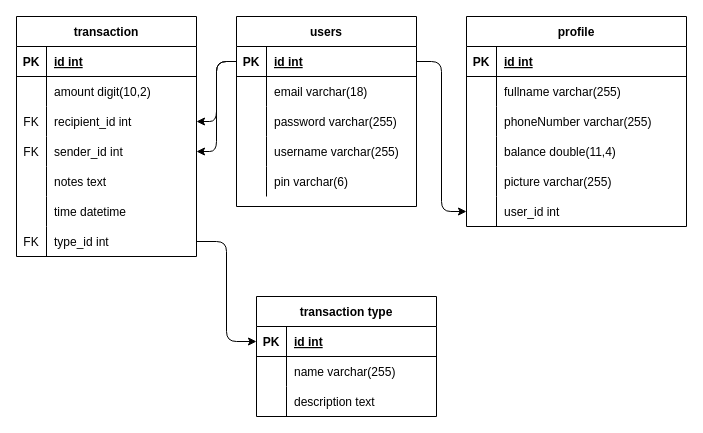
The draw.io diagram e-wallet-db.drawio in MhRidho/fw9-backend, before the edit. Source tidied: cells renumbered, new cells numbered last; positions are measured from the earlier drawing's top-left corner, leaving out a move shared by most shapes. Both pictures are drawn from the tidied source at 100%, with x=0, y=0 at pixel (16, 16).
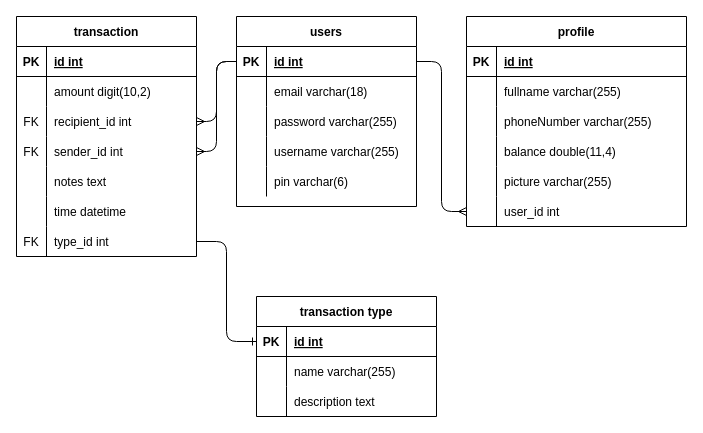
After the change.

The change refers to these unchanged cells:
```xml
<mxCell id="3" style="shape=partialRectangle;fillColor=none;top=0;left=0;bottom=1;right=0;points=[[0,0.5],[1,0.5]];portConstraint=eastwest;" parent="2" vertex="1">
  <mxGeometry y="30" width="180" height="30" as="geometry" />
</mxCell>
<mxCell id="34" style="shape=partialRectangle;fillColor=none;top=0;left=0;bottom=0;right=0;points=[[0,0.5],[1,0.5]];portConstraint=eastwest;" parent="18" vertex="1">
  <mxGeometry y="180" width="220" height="30" as="geometry" />
</mxCell>
<mxCell id="44" style="shape=partialRectangle;fillColor=none;top=0;left=0;bottom=0;right=0;points=[[0,0.5],[1,0.5]];portConstraint=eastwest;" parent="37" vertex="1">
  <mxGeometry y="90" width="180" height="30" as="geometry" />
</mxCell>
<mxCell id="47" style="shape=partialRectangle;fillColor=none;top=0;left=0;bottom=0;right=0;points=[[0,0.5],[1,0.5]];portConstraint=eastwest;" parent="37" vertex="1">
  <mxGeometry y="120" width="180" height="30" as="geometry" />
</mxCell>
<mxCell id="56" style="shape=partialRectangle;fillColor=none;top=0;left=0;bottom=0;right=0;points=[[0,0.5],[1,0.5]];portConstraint=eastwest;" parent="37" vertex="1">
  <mxGeometry y="210" width="180" height="30" as="geometry" />
</mxCell>
<mxCell id="61" style="shape=partialRectangle;fillColor=none;top=0;left=0;bottom=1;right=0;points=[[0,0.5],[1,0.5]];portConstraint=eastwest;" parent="60" vertex="1">
  <mxGeometry y="30" width="180" height="30" as="geometry" />
</mxCell>
```

Diff of the diagram source:
```diff
@@
-    <mxCell id="59" style="edgeStyle=orthogonalEdgeStyle;html=1;exitX=0;exitY=0.5;exitDx=0;exitDy=0;entryX=1;entryY=0.5;entryDx=0;entryDy=0;" parent="1" edge="1" source="3" target="47">
+    <mxCell id="59" style="edgeStyle=orthogonalEdgeStyle;html=1;exitX=0;exitY=0.5;exitDx=0;exitDy=0;entryX=1;entryY=0.5;entryDx=0;entryDy=0;endArrow=ERmany;endFill=0;" parent="1" edge="1" source="3" target="47">
       <mxGeometry relative="1" as="geometry" />
     </mxCell>
@@
-    <mxCell id="70" style="edgeStyle=orthogonalEdgeStyle;html=1;exitX=1;exitY=0.5;exitDx=0;exitDy=0;entryX=0;entryY=0.5;entryDx=0;entryDy=0;" parent="1" edge="1" source="3" target="34">
+    <mxCell id="70" style="edgeStyle=orthogonalEdgeStyle;html=1;exitX=1;exitY=0.5;exitDx=0;exitDy=0;entryX=0;entryY=0.5;entryDx=0;entryDy=0;endArrow=ERmany;endFill=0;" parent="1" edge="1" source="3" target="34">
       <mxGeometry relative="1" as="geometry" />
     </mxCell>
-    <mxCell id="71" style="edgeStyle=orthogonalEdgeStyle;html=1;exitX=0;exitY=0.5;exitDx=0;exitDy=0;entryX=1;entryY=0.5;entryDx=0;entryDy=0;" parent="1" edge="1" source="3" target="44">
+    <mxCell id="71" style="edgeStyle=orthogonalEdgeStyle;html=1;exitX=0;exitY=0.5;exitDx=0;exitDy=0;entryX=1;entryY=0.5;entryDx=0;entryDy=0;endArrow=ERmany;endFill=0;" parent="1" edge="1" source="3" target="44">
       <mxGeometry relative="1" as="geometry" />
     </mxCell>
-    <mxCell id="72" style="edgeStyle=orthogonalEdgeStyle;html=1;exitX=1;exitY=0.5;exitDx=0;exitDy=0;entryX=0;entryY=0.5;entryDx=0;entryDy=0;" parent="1" edge="1" source="56" target="61">
+    <mxCell id="72" style="edgeStyle=orthogonalEdgeStyle;html=1;exitX=1;exitY=0.5;exitDx=0;exitDy=0;entryX=0;entryY=0.5;entryDx=0;entryDy=0;endArrow=ERone;endFill=0;" parent="1" edge="1" source="56" target="61">
       <mxGeometry relative="1" as="geometry" />
     </mxCell>
```
